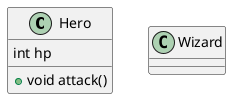
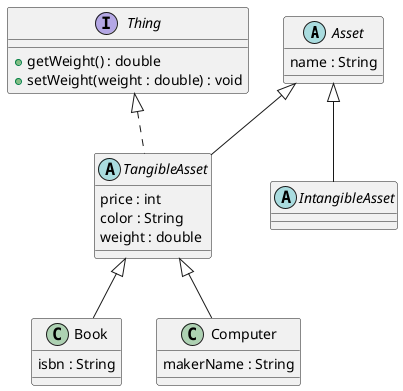
@startuml
- class Hero{
-     int hp
-     +void attack()
+ 
+ abstract class Asset {
+     name : String
}

- class Wizard
+ interface Thing {
+     +getWeight() : double
+     +setWeight(weight : double) : void
+ }

- @enduml
+ abstract class TangibleAsset {
+     price : int
+     color : String
+     weight : double
+ }

+ abstract class IntangibleAsset

+ class Book {
+     isbn : String
+ }
+ 
+ class Computer {
+     makerName : String
+ }
+ 
+ Asset <|-- TangibleAsset
+ Asset <|-- IntangibleAsset
+ 
+ Thing <|.. TangibleAsset
+ 
+ TangibleAsset <|-- Book
+ TangibleAsset <|-- Computer
+ 
+ @enduml